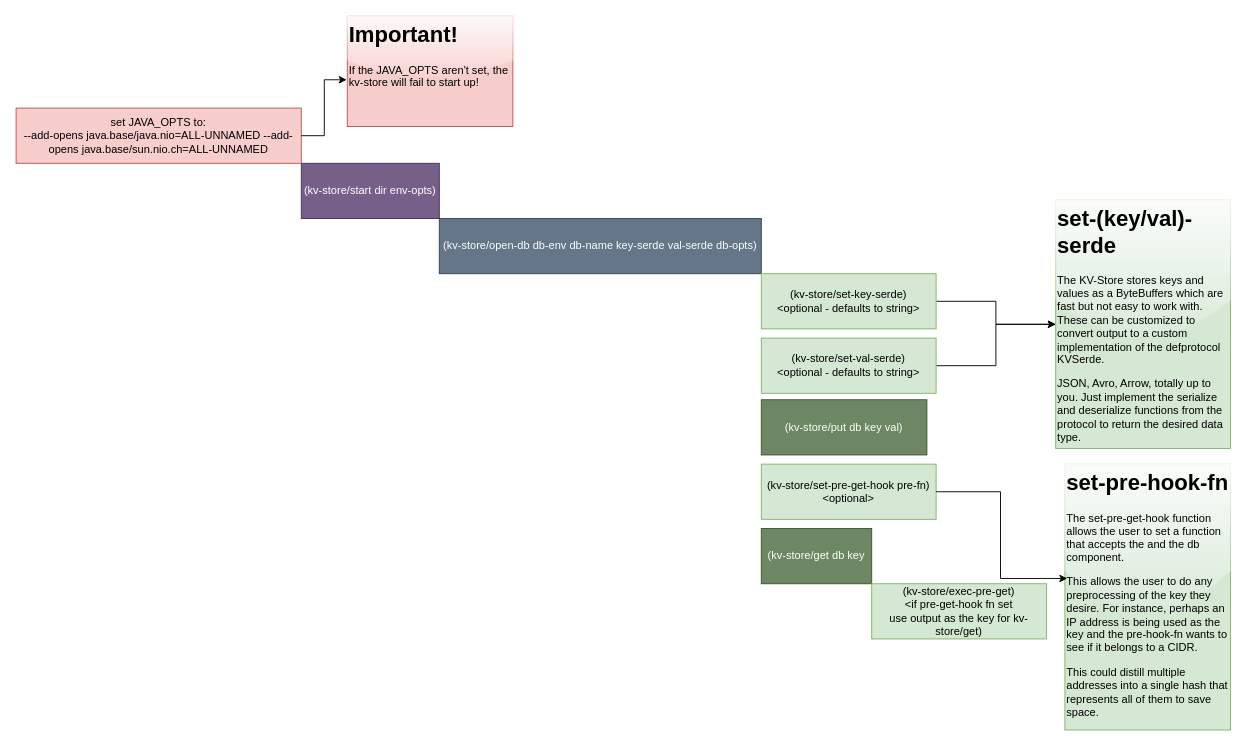
IntraCel/core keeps this draw.io diagram as docs/kv-store-workflow.drawio. Above is the earlier version. Source tidied: cells renumbered, new cells numbered last; positions are measured from the earlier drawing's top-left corner, leaving out a move shared by most shapes. Both pictures are drawn from the tidied source at 92%, with x=0, y=0 at pixel (16, 16).
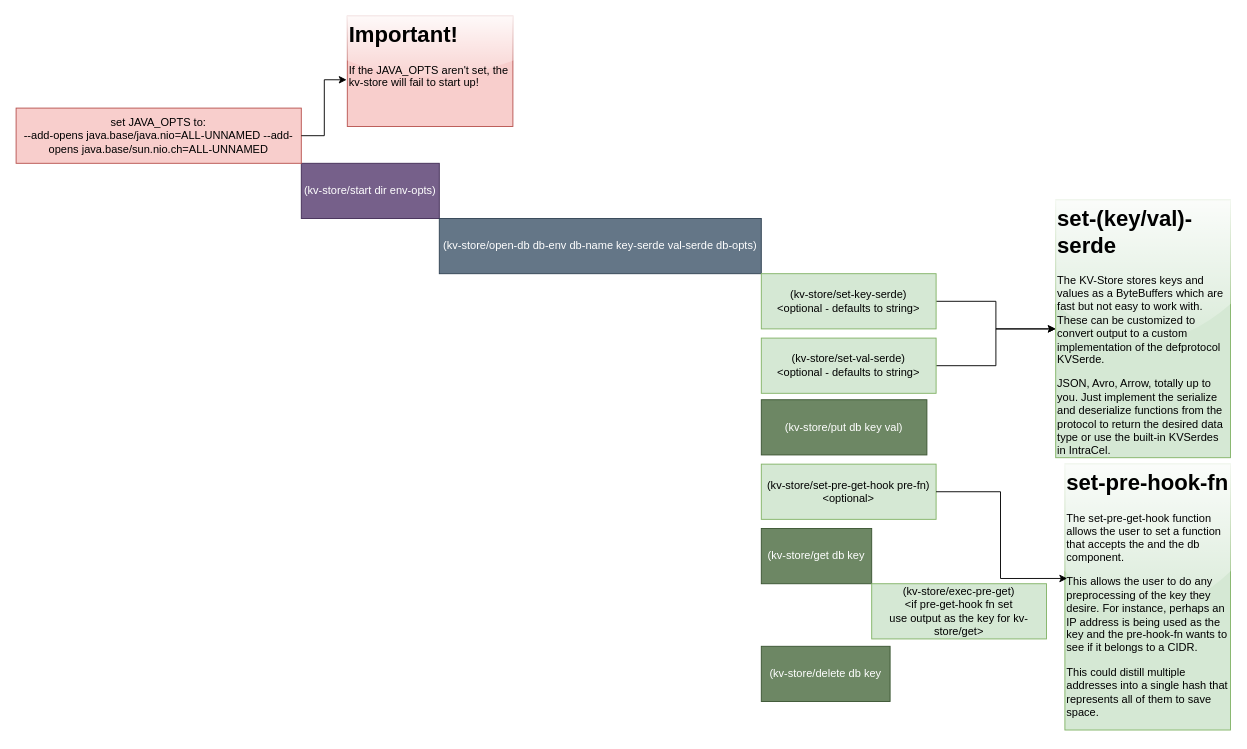
Above is the later version.

Commit message (it also covers changes not shown here):
Updated with delete operation. Will look into whether to just do tx under the hood or expose it as part of the API.

What changed in the source:
```diff
@@
 <mxGraphModel>
   <root>
     <mxCell id="0" />
     <mxCell id="1" parent="0" />
     <mxCell id="2" value="(kv-store/start dir env-opts)" style="rounded=0;whiteSpace=wrap;html=1;fillColor=#76608a;fontColor=#ffffff;strokeColor=#432D57;" parent="1" vertex="1">
       <mxGeometry x="310" y="160" width="150" height="60" as="geometry" />
     </mxCell>
     <mxCell id="3" value="set JAVA_OPTS to:&lt;div&gt;--add-opens java.base/java.nio=ALL-UNNAMED --add-opens java.base/sun.nio.ch=ALL-UNNAMED&lt;br&gt;&lt;/div&gt;" style="rounded=0;whiteSpace=wrap;html=1;fillColor=#f8cecc;strokeColor=#b85450;" parent="1" vertex="1">
       <mxGeometry y="100" width="310" height="60" as="geometry" />
     </mxCell>
     <mxCell id="4" value="(kv-store/open-db db-env db-name key-serde val-serde db-opts)" style="rounded=0;whiteSpace=wrap;html=1;fillColor=#647687;fontColor=#ffffff;strokeColor=#314354;" parent="1" vertex="1">
       <mxGeometry x="460" y="220" width="350" height="60" as="geometry" />
     </mxCell>
     <mxCell id="5" value="(kv-store/put db key val)" style="rounded=0;whiteSpace=wrap;html=1;fillColor=#6d8764;fontColor=#ffffff;strokeColor=#3A5431;" parent="1" vertex="1">
       <mxGeometry x="810" y="417" width="180" height="60" as="geometry" />
     </mxCell>
     <mxCell id="6" value="(kv-store/set-pre-get-hook pre-fn)&lt;br&gt;&amp;lt;optional&amp;gt;" style="rounded=0;whiteSpace=wrap;html=1;fillColor=#d5e8d4;strokeColor=#82b366;" parent="1" vertex="1">
       <mxGeometry x="810" y="487" width="190" height="60" as="geometry" />
     </mxCell>
     <mxCell id="7" value="(kv-store/get db key" style="rounded=0;whiteSpace=wrap;html=1;fillColor=#6d8764;fontColor=#ffffff;strokeColor=#3A5431;" parent="1" vertex="1">
       <mxGeometry x="810" y="557" width="120" height="60" as="geometry" />
     </mxCell>
-    <mxCell id="8" value="(kv-store/exec-pre-get)&lt;br&gt;&amp;lt;if pre-get-hook fn set&lt;br&gt;use output as the key for kv-store/get)" style="rounded=0;whiteSpace=wrap;html=1;fillColor=#d5e8d4;strokeColor=#82b366;" parent="1" vertex="1">
+    <mxCell id="8" value="(kv-store/exec-pre-get)&lt;br&gt;&amp;lt;if pre-get-hook fn set&lt;br&gt;use output as the key for kv-store/get&amp;gt;" style="rounded=0;whiteSpace=wrap;html=1;fillColor=#d5e8d4;strokeColor=#82b366;" parent="1" vertex="1">
       <mxGeometry x="930" y="617" width="190" height="60" as="geometry" />
     </mxCell>
     <mxCell id="9" value="&lt;h1 style=&quot;margin-top: 0px;&quot;&gt;set-pre-hook-fn&lt;/h1&gt;&lt;p&gt;The set-pre-get-hook function allows the user to set a function that accepts the and the db component.&amp;nbsp;&lt;/p&gt;&lt;p&gt;This allows the user to do any preprocessing of the key they desire. For instance, perhaps an IP address is being used as the key and the pre-hook-fn wants to see if it belongs to a CIDR.&lt;/p&gt;&lt;p&gt;This could distill multiple addresses into a single hash that represents all of them to save space.&lt;/p&gt;" style="text;html=1;whiteSpace=wrap;overflow=hidden;rounded=0;glass=1;fillColor=#d5e8d4;strokeColor=#82b366;" parent="1" vertex="1">
       <mxGeometry x="1140" y="487" width="180" height="289" as="geometry" />
     </mxCell>
     <mxCell id="10" style="edgeStyle=orthogonalEdgeStyle;rounded=0;jettySize=auto;html=1;entryX=0.014;entryY=0.43;entryDx=0;entryDy=0;entryPerimeter=0;" parent="1" edge="1" source="6" target="9">
       <mxGeometry relative="1" as="geometry" />
     </mxCell>
     <mxCell id="11" value="&lt;h1 style=&quot;margin-top: 0px;&quot;&gt;Important!&lt;/h1&gt;&lt;p&gt;If the JAVA_OPTS aren't set, the kv-store will fail to start up!&lt;/p&gt;" style="text;html=1;whiteSpace=wrap;overflow=hidden;rounded=0;fillColor=#f8cecc;strokeColor=#b85450;glass=1;" parent="1" vertex="1">
       <mxGeometry x="360" width="180" height="120" as="geometry" />
     </mxCell>
     <mxCell id="12" style="edgeStyle=orthogonalEdgeStyle;rounded=0;jettySize=auto;html=1;entryX=-0.004;entryY=0.577;entryDx=0;entryDy=0;entryPerimeter=0;" parent="1" edge="1" source="3" target="11">
       <mxGeometry relative="1" as="geometry" />
     </mxCell>
     <mxCell id="13" style="edgeStyle=orthogonalEdgeStyle;rounded=0;jettySize=auto;html=1;entryX=0;entryY=0.5;entryDx=0;entryDy=0;" parent="1" edge="1" source="14" target="15">
       <mxGeometry relative="1" as="geometry" />
     </mxCell>
     <mxCell id="14" value="(kv-store/set-key-serde)&lt;br&gt;&amp;lt;optional - defaults to string&amp;gt;" style="rounded=0;whiteSpace=wrap;html=1;fillColor=#d5e8d4;strokeColor=#82b366;" parent="1" vertex="1">
       <mxGeometry x="810" y="280" width="190" height="60" as="geometry" />
     </mxCell>
-    <mxCell id="15" value="&lt;h1 style=&quot;margin-top: 0px;&quot;&gt;set-(key/val)-serde&lt;/h1&gt;&lt;p&gt;The KV-Store stores keys and values as a ByteBuffers which are fast but not easy to work with. These can be customized to convert output to a custom implementation of the defprotocol KVSerde.&lt;/p&gt;&lt;p&gt;JSON, Avro, Arrow, totally up to you. Just implement the serialize and deserialize functions from the protocol to return the desired data type.&lt;/p&gt;" style="text;html=1;whiteSpace=wrap;overflow=hidden;rounded=0;fillColor=#d5e8d4;strokeColor=#82b366;glass=1;" parent="1" vertex="1">
-      <mxGeometry x="1130" y="200" width="190" height="270" as="geometry" />
+    <mxCell id="15" value="&lt;h1 style=&quot;margin-top: 0px;&quot;&gt;set-(key/val)-serde&lt;/h1&gt;&lt;p&gt;The KV-Store stores keys and values as a ByteBuffers which are fast but not easy to work with. These can be customized to convert output to a custom implementation of the defprotocol KVSerde.&lt;/p&gt;&lt;p&gt;JSON, Avro, Arrow, totally up to you. Just implement the serialize and deserialize functions from the protocol to return the desired data type or use the built-in KVSerdes in IntraCel.&lt;/p&gt;" style="text;html=1;whiteSpace=wrap;overflow=hidden;rounded=0;fillColor=#d5e8d4;strokeColor=#82b366;glass=1;" parent="1" vertex="1">
+      <mxGeometry x="1130" y="200" width="190" height="280" as="geometry" />
     </mxCell>
     <mxCell id="16" style="edgeStyle=orthogonalEdgeStyle;rounded=0;jettySize=auto;html=1;" parent="1" edge="1" source="17" target="15">
       <mxGeometry relative="1" as="geometry" />
     </mxCell>
     <mxCell id="17" value="(kv-store/set-val-serde)&lt;br&gt;&amp;lt;optional - defaults to string&amp;gt;" style="rounded=0;whiteSpace=wrap;html=1;fillColor=#d5e8d4;strokeColor=#82b366;" parent="1" vertex="1">
       <mxGeometry x="810" y="350" width="190" height="60" as="geometry" />
     </mxCell>
+    <mxCell id="18" value="(kv-store/delete db key" style="rounded=0;whiteSpace=wrap;html=1;fillColor=#6d8764;fontColor=#ffffff;strokeColor=#3A5431;" parent="1" vertex="1">
+      <mxGeometry x="810" y="685" width="140" height="60" as="geometry" />
+    </mxCell>
   </root>
 </mxGraphModel>
```
